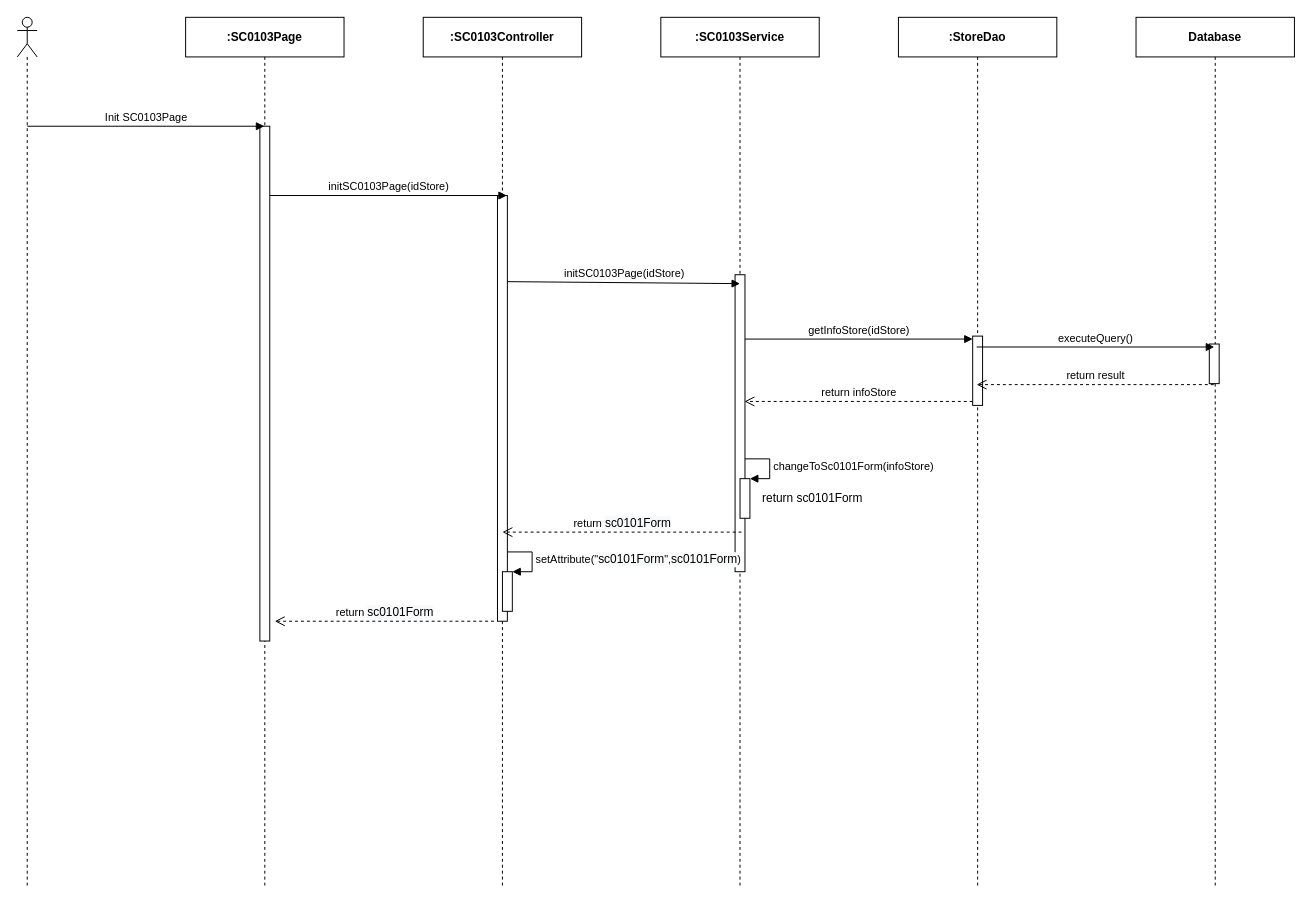
The draw.io diagram page "Ev01" (1 of 3) of 2. Approved/SEQ Diagram/sc01/SC0103_EditStore.drawio in luannmdev/CapstoneDocument, before the edit. Source tidied: cells renumbered, new cells numbered last; positions are measured from the earlier drawing's top-left corner, leaving out a move shared by most shapes. Both pictures are drawn from the tidied source at 99%, with x=0, y=0 at pixel (17, 17).
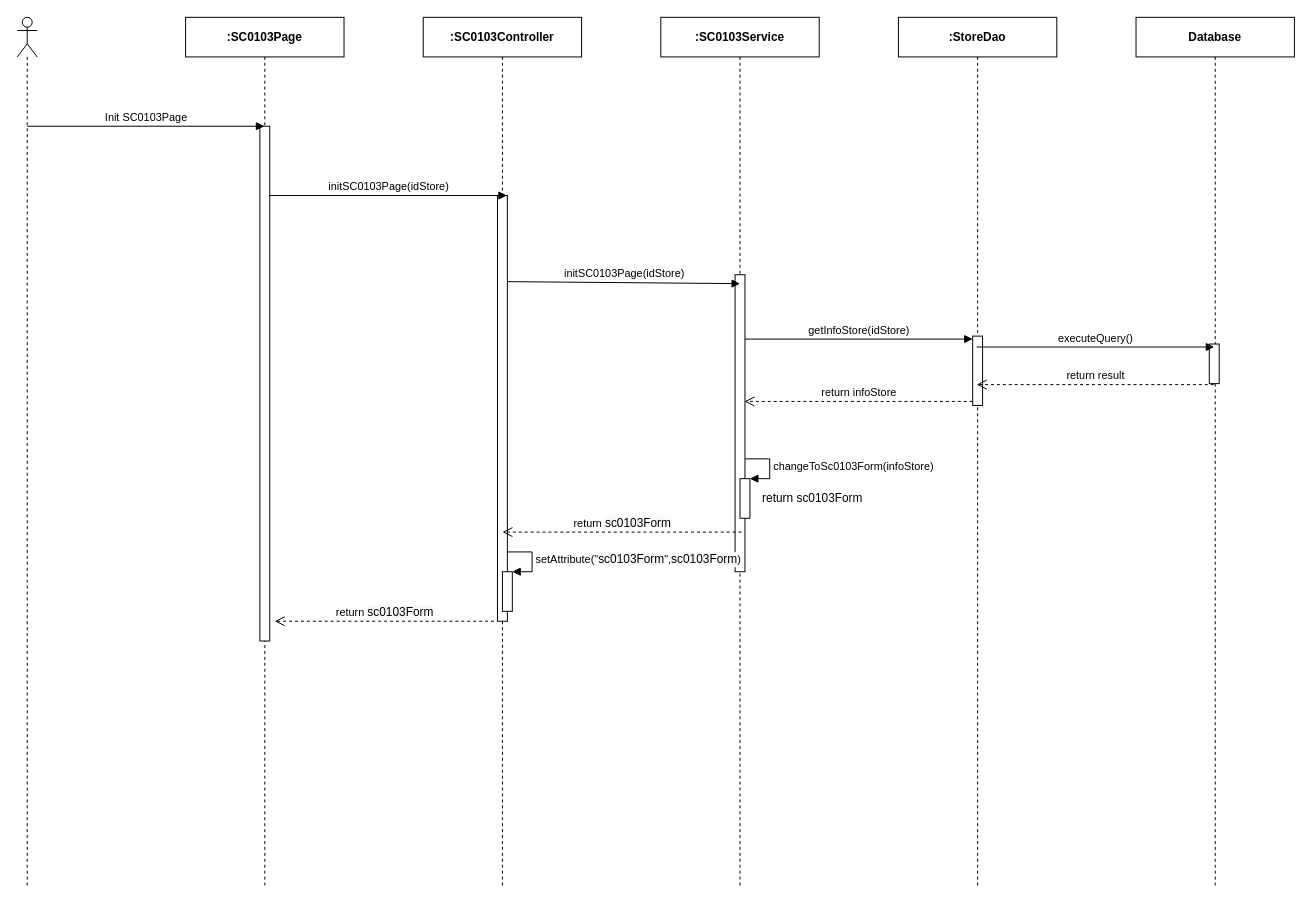
Above is the later version.

The change refers to these unchanged cells:
```xml
<mxCell id="17" style="html=1;points=[];perimeter=orthogonalPerimeter;" parent="1" vertex="1">
  <mxGeometry x="730" y="466" width="10" height="40" as="geometry" />
</mxCell>
<mxCell id="25" style="html=1;points=[];perimeter=orthogonalPerimeter;" parent="1" vertex="1">
  <mxGeometry x="490" y="560" width="10" height="40" as="geometry" />
</mxCell>
```

What changed in the source:
```diff
@@
-    <mxCell id="16" value="return&amp;nbsp;&lt;span style=&quot;font-size: 12px ; background-color: rgb(248 , 249 , 250)&quot;&gt;sc0101Form&lt;/span&gt;" style="html=1;verticalAlign=bottom;endArrow=open;dashed=1;endSize=8;" parent="1" edge="1">
+    <mxCell id="16" value="return&amp;nbsp;&lt;span style=&quot;font-size: 12px ; background-color: rgb(248 , 249 , 250)&quot;&gt;sc0103Form&lt;/span&gt;" style="html=1;verticalAlign=bottom;endArrow=open;dashed=1;endSize=8;" parent="1" edge="1">
       <mxGeometry relative="1" as="geometry">
         <mxPoint x="731.5" y="520" as="sourcePoint" />
         <mxPoint x="490" y="520" as="targetPoint" />
       </mxGeometry>
     </mxCell>
@@
-    <mxCell id="18" value="changeToSc0101Form(infoStore)" style="edgeStyle=orthogonalEdgeStyle;html=1;align=left;spacingLeft=2;endArrow=block;rounded=0;entryX=1;entryY=0;" parent="1" edge="1" target="17">
+    <mxCell id="18" value="changeToSc0103Form(infoStore)" style="edgeStyle=orthogonalEdgeStyle;html=1;align=left;spacingLeft=2;endArrow=block;rounded=0;entryX=1;entryY=0;" parent="1" edge="1" target="17">
       <mxGeometry relative="1" as="geometry">
         <mxPoint x="735" y="446" as="sourcePoint" />
         <Array as="points">
           <mxPoint x="760" y="446" />
         </Array>
       </mxGeometry>
     </mxCell>
-    <mxCell id="19" value="return sc0101Form" style="text;html=1;align=center;verticalAlign=middle;" parent="1" vertex="1">
+    <mxCell id="19" value="return sc0103Form" style="text;html=1;align=center;verticalAlign=middle;" parent="1" vertex="1">
       <mxGeometry x="743" y="476" width="120" height="20" as="geometry" />
     </mxCell>
@@
-    <mxCell id="24" value="return&amp;nbsp;&lt;span style=&quot;font-size: 12px ; background-color: rgb(248 , 249 , 250)&quot;&gt;sc0101Form&lt;/span&gt;" style="html=1;verticalAlign=bottom;endArrow=open;dashed=1;endSize=8;" parent="1" edge="1">
+    <mxCell id="24" value="return&amp;nbsp;&lt;span style=&quot;font-size: 12px ; background-color: rgb(248 , 249 , 250)&quot;&gt;sc0103Form&lt;/span&gt;" style="html=1;verticalAlign=bottom;endArrow=open;dashed=1;endSize=8;" parent="1" edge="1">
       <mxGeometry relative="1" as="geometry">
         <mxPoint x="481.5" y="610" as="sourcePoint" />
         <mxPoint x="260" y="610" as="targetPoint" />
       </mxGeometry>
     </mxCell>
@@
-    <mxCell id="26" value="setAttribute(&quot;&lt;span style=&quot;font-size: 12px ; text-align: center ; background-color: rgb(248 , 249 , 250)&quot;&gt;sc0101Form&lt;/span&gt;&quot;,&lt;span style=&quot;font-size: 12px ; text-align: center ; background-color: rgb(248 , 249 , 250)&quot;&gt;sc0101Form&lt;/span&gt;)" style="edgeStyle=orthogonalEdgeStyle;html=1;align=left;spacingLeft=2;endArrow=block;rounded=0;entryX=1;entryY=0;" parent="1" edge="1" target="25">
+    <mxCell id="26" value="setAttribute(&quot;&lt;span style=&quot;font-size: 12px ; text-align: center ; background-color: rgb(248 , 249 , 250)&quot;&gt;sc0103Form&lt;/span&gt;&quot;,&lt;span style=&quot;font-size: 12px ; text-align: center ; background-color: rgb(248 , 249 , 250)&quot;&gt;sc0103Form&lt;/span&gt;)" style="edgeStyle=orthogonalEdgeStyle;html=1;align=left;spacingLeft=2;endArrow=block;rounded=0;entryX=1;entryY=0;" parent="1" edge="1" target="25">
       <mxGeometry relative="1" as="geometry">
         <mxPoint x="495" y="540" as="sourcePoint" />
         <Array as="points">
           <mxPoint x="520" y="540" />
         </Array>
       </mxGeometry>
     </mxCell>
```
